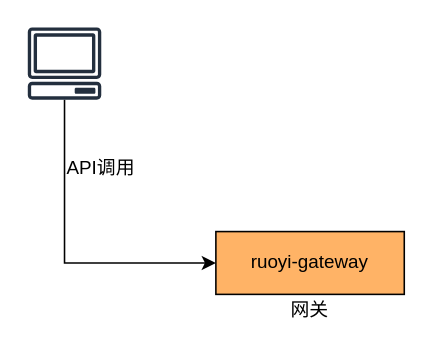
Above: Untitled Diagram.drawio in wz0990/android-Camera2Basic (draw.io), before the change. Source tidied: cells renumbered, new cells numbered last; positions are measured from the earlier drawing's top-left corner, leaving out a move shared by most shapes. Both pictures are drawn from the tidied source at 157%, with x=0, y=0 at pixel (27, 27).
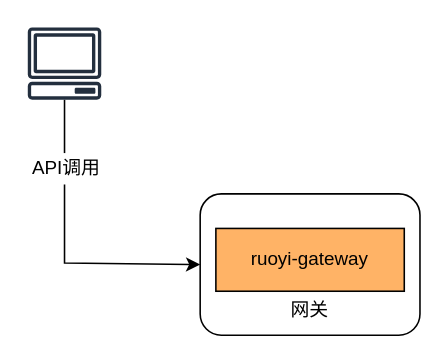
Above is the later version.

Change to the diagram source:
```diff
@@
 <mxGraphModel>
   <root>
     <mxCell id="0" />
     <mxCell id="1" parent="0" />
+    <mxCell id="7" style="rounded=1;whiteSpace=wrap;html=1;shadow=0;fillColor=#FFFFFF;" parent="1" vertex="1">
+      <mxGeometry x="110" y="106" width="140" height="90" as="geometry" />
+    </mxCell>
-    <mxCell id="2" style="edgeStyle=orthogonalEdgeStyle;rounded=0;jettySize=auto;html=1;entryX=0;entryY=0.5;entryDx=0;entryDy=0;" parent="1" edge="1" source="3" target="4">
+    <mxCell id="2" style="edgeStyle=orthogonalEdgeStyle;rounded=0;jettySize=auto;html=1;entryX=0;entryY=0.5;entryDx=0;entryDy=0;" parent="1" edge="1" source="3" target="7">
       <mxGeometry relative="1" as="geometry">
         <Array as="points">
           <mxPoint x="24" y="150" />
+          <mxPoint x="110" y="150" />
         </Array>
       </mxGeometry>
     </mxCell>
     <mxCell id="3" style="outlineConnect=0;fontColor=#232F3E;gradientColor=none;fillColor=#232F3E;strokeColor=none;dashed=0;verticalLabelPosition=bottom;verticalAlign=top;align=center;html=1;fontSize=12;fontStyle=0;shape=mxgraph.aws4.client;" parent="1" vertex="1">
       <mxGeometry width="47.2" height="46" as="geometry" />
     </mxCell>
     <mxCell id="4" value="ruoyi-gateway" style="rounded=0;whiteSpace=wrap;html=1;fillColor=#FFB366;" parent="1" vertex="1">
-      <mxGeometry x="120" y="130" width="120" height="40" as="geometry" />
+      <mxGeometry x="120" y="128" width="120" height="40" as="geometry" />
     </mxCell>
+    <mxCell id="6" value="网关" style="text;html=1;strokeColor=none;fillColor=none;align=center;verticalAlign=middle;whiteSpace=wrap;rounded=0;" parent="1" vertex="1">
+      <mxGeometry x="155" y="170" width="50" height="20" as="geometry" />
+    </mxCell>
-    <mxCell id="5" value="API调用" style="text;html=1;strokeColor=none;fillColor=none;align=center;verticalAlign=middle;whiteSpace=wrap;rounded=0;" parent="1" vertex="1">
-      <mxGeometry x="22" y="80" width="50" height="20" as="geometry" />
+    <mxCell id="5" value="API调用" style="text;html=1;strokeColor=none;fillColor=#FFFFFF;align=center;verticalAlign=middle;whiteSpace=wrap;rounded=0;shadow=0;" parent="1" vertex="1">
+      <mxGeometry y="80" width="50" height="20" as="geometry" />
     </mxCell>
-    <mxCell id="6" value="网关" style="text;html=1;strokeColor=none;fillColor=none;align=center;verticalAlign=middle;whiteSpace=wrap;rounded=0;" parent="1" vertex="1">
-      <mxGeometry x="155" y="170" width="50" height="20" as="geometry" />
-    </mxCell>
   </root>
 </mxGraphModel>
```
